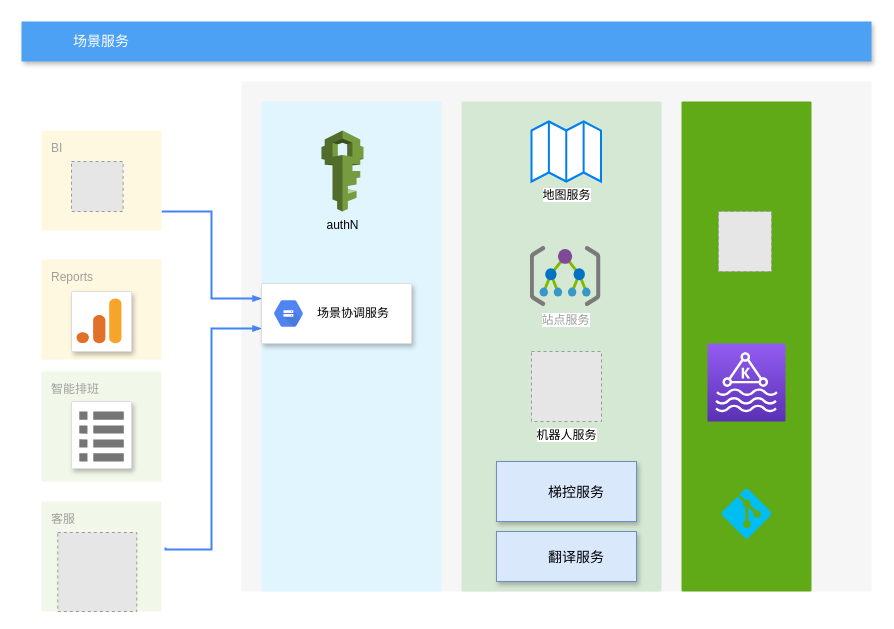
Before: craft/scene_bi.drawio in feihu618/drawio, a draw.io diagram. Source tidied: cells renumbered, new cells numbered last; positions are measured from the earlier drawing's top-left corner, leaving out a move shared by most shapes. Both pictures are drawn from the tidied source at 100%, with x=0, y=0 at pixel (21, 21). Pictures stored in the file or linked from it are replaced by grey dashed boxes.
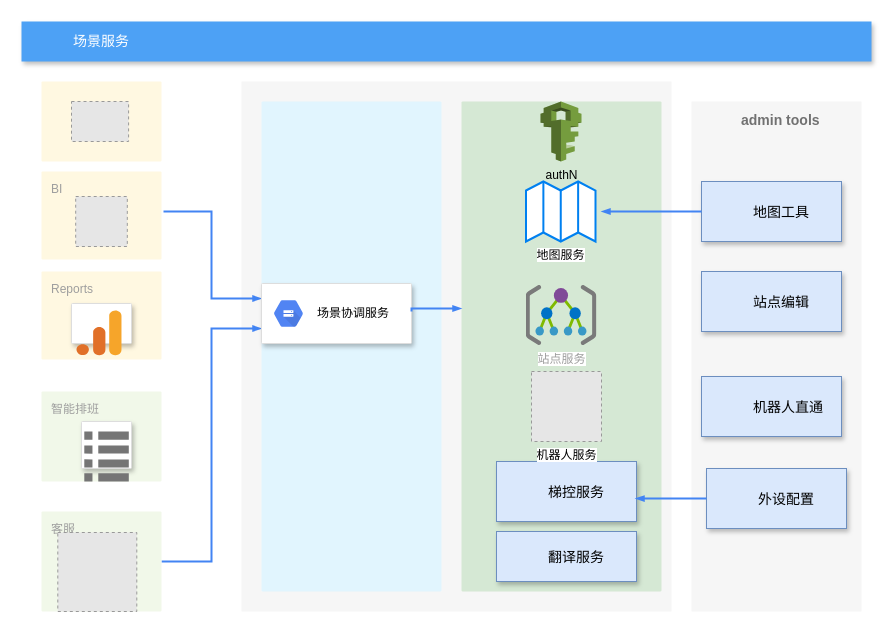
After the change.

Unchanged cells that the change refers to:
```xml
<mxCell id="14" style="strokeColor=#dddddd;fillColor=#ffffff;shadow=1;strokeWidth=1;rounded=1;absoluteArcSize=1;arcSize=2;fontSize=10;fontColor=#9E9E9E;align=center;html=1;" parent="1" vertex="1">
  <mxGeometry x="240" y="262" width="150" height="60" as="geometry" />
</mxCell>
<mxCell id="17" style="rounded=1;absoluteArcSize=1;arcSize=2;html=1;strokeColor=#82b366;shadow=0;dashed=0;strokeColor=none;fontSize=12;align=left;verticalAlign=top;spacing=10;spacingTop=-4;fillColor=#d5e8d4;" parent="1" vertex="1">
  <mxGeometry x="440" y="80" width="200" height="490" as="geometry" />
</mxCell>
<mxCell id="19" value="梯控服务" style="fillColor=#dae8fc;strokeColor=#6c8ebf;shadow=1;fontSize=14;align=left;spacingLeft=50;" parent="1" vertex="1">
  <mxGeometry x="475" y="440" width="140" height="60" as="geometry" />
</mxCell>
```

Diff of the diagram source:
```diff
@@
     <mxCell id="2" style="fillColor=#F6F6F6;strokeColor=none;shadow=0;gradientColor=none;fontSize=14;align=left;spacing=10;fontColor=#717171;9E9E9E;verticalAlign=top;spacingTop=-4;fontStyle=0;spacingLeft=40;html=1;" parent="1" vertex="1">
-      <mxGeometry x="220" y="60" width="630" height="510" as="geometry" />
+      <mxGeometry x="220" y="60" width="430" height="530" as="geometry" />
     </mxCell>
@@
-    <mxCell id="4" style="edgeStyle=orthogonalEdgeStyle;rounded=0;html=1;labelBackgroundColor=none;startFill=1;startSize=4;endArrow=blockThin;endFill=1;endSize=4;jettySize=auto;strokeColor=#4284F3;strokeWidth=2;fontSize=12;fontColor=#000000;align=center;dashed=0;entryX=0;entryY=0.25;entryDx=0;entryDy=0;" parent="1" edge="1" source="5" target="14">
+    <mxCell id="4" style="edgeStyle=orthogonalEdgeStyle;rounded=0;html=1;labelBackgroundColor=none;startFill=1;startSize=4;endArrow=blockThin;endFill=1;endSize=4;jettySize=auto;strokeColor=#4284F3;strokeWidth=2;fontSize=12;fontColor=#000000;align=center;dashed=0;entryX=0;entryY=0.25;entryDx=0;entryDy=0;" parent="1" edge="1" target="14">
       <mxGeometry relative="1" as="geometry">
+        <mxPoint x="142" y="190" as="sourcePoint" />
         <Array as="points">
+          <mxPoint x="142" y="190" />
           <mxPoint x="190" y="190" />
           <mxPoint x="190" y="277" />
         </Array>
       </mxGeometry>
     </mxCell>
     <mxCell id="5" value="BI" style="rounded=1;absoluteArcSize=1;arcSize=2;html=1;strokeColor=none;gradientColor=none;shadow=0;dashed=0;strokeColor=none;fontSize=12;fontColor=#9E9E9E;align=left;verticalAlign=top;spacing=10;spacingTop=-4;fillColor=#FFF8E1;" parent="1" vertex="1">
-      <mxGeometry x="20" y="109" width="120" height="100" as="geometry" />
+      <mxGeometry x="20" y="150" width="120" height="88" as="geometry" />
     </mxCell>
     <mxCell id="6" value="Reports" style="rounded=1;absoluteArcSize=1;arcSize=2;html=1;strokeColor=none;gradientColor=none;shadow=0;dashed=0;strokeColor=none;fontSize=12;fontColor=#9E9E9E;align=left;verticalAlign=top;spacing=10;spacingTop=-4;fillColor=#FFF8E1;" parent="1" vertex="1">
-      <mxGeometry x="20" y="238" width="120" height="100" as="geometry" />
+      <mxGeometry x="20" y="250" width="120" height="88" as="geometry" />
     </mxCell>
-    <mxCell id="7" style="edgeStyle=orthogonalEdgeStyle;rounded=0;html=1;labelBackgroundColor=none;startFill=1;startSize=4;endArrow=blockThin;endFill=1;endSize=4;jettySize=auto;strokeColor=#4284F3;strokeWidth=2;fontSize=12;fontColor=#000000;align=center;dashed=0;entryX=0;entryY=0.75;entryDx=0;entryDy=0;exitX=1.033;exitY=0.418;exitDx=0;exitDy=0;exitPerimeter=0;" parent="1" edge="1" source="28" target="14">
+    <mxCell id="7" style="edgeStyle=orthogonalEdgeStyle;rounded=0;html=1;labelBackgroundColor=none;startFill=1;startSize=4;endArrow=blockThin;endFill=1;endSize=4;jettySize=auto;strokeColor=#4284F3;strokeWidth=2;fontSize=12;fontColor=#000000;align=center;dashed=0;entryX=0;entryY=0.75;entryDx=0;entryDy=0;exitX=1;exitY=0.5;exitDx=0;exitDy=0;" parent="1" edge="1" source="28" target="14">
       <mxGeometry relative="1" as="geometry">
         <Array as="points">
-          <mxPoint x="144" y="528" />
-          <mxPoint x="190" y="528" />
+          <mxPoint x="190" y="540" />
           <mxPoint x="190" y="307" />
         </Array>
       </mxGeometry>
     </mxCell>
     <mxCell id="8" value="智能排班" style="rounded=1;absoluteArcSize=1;arcSize=2;html=1;strokeColor=none;gradientColor=none;shadow=0;dashed=0;strokeColor=none;fontSize=12;fontColor=#9E9E9E;align=left;verticalAlign=top;spacing=10;spacingTop=-4;fillColor=#F1F8E9;" parent="1" vertex="1">
-      <mxGeometry x="20" y="350" width="120" height="110" as="geometry" />
+      <mxGeometry x="20" y="370" width="120" height="90" as="geometry" />
     </mxCell>
@@
     <mxCell id="10" style="strokeColor=#dddddd;fillColor=#ffffff;shadow=1;strokeWidth=1;rounded=1;absoluteArcSize=1;arcSize=2;fontSize=10;fontColor=#9E9E9E;align=center;html=1;" parent="1" vertex="1">
-      <mxGeometry x="50" y="270" width="60" height="60" as="geometry" />
+      <mxGeometry x="50" y="282" width="60" height="40" as="geometry" />
     </mxCell>
@@
     <mxCell id="12" style="strokeColor=#dddddd;fillColor=#ffffff;shadow=1;strokeWidth=1;rounded=1;absoluteArcSize=1;arcSize=2;labelPosition=center;verticalLabelPosition=middle;align=center;verticalAlign=bottom;spacingLeft=0;fontColor=#999999;fontSize=12;whiteSpace=wrap;spacingBottom=2;html=1;" parent="1" vertex="1">
-      <mxGeometry x="50" y="380" width="60" height="67" as="geometry" />
+      <mxGeometry x="60" y="400" width="50" height="47" as="geometry" />
     </mxCell>
@@
     <mxCell id="16" style="fillColor=#E6E6E6;strokeColor=#999999;dashed=1;verticalLabelPosition=bottom;labelBackgroundColor=#ffffff;verticalAlign=top;" parent="1" vertex="1">
-      <mxGeometry x="50" y="140" width="51.6" height="50" as="geometry" />
+      <mxGeometry x="54.2" y="175" width="51.6" height="50" as="geometry" />
     </mxCell>
@@
     <mxCell id="18" value="地图服务" style="html=1;verticalLabelPosition=bottom;align=center;labelBackgroundColor=#ffffff;verticalAlign=top;strokeWidth=2;strokeColor=#0080F0;shadow=0;dashed=0;shape=mxgraph.ios7.icons.map;" parent="1" vertex="1">
-      <mxGeometry x="510" y="100" width="69.5" height="60" as="geometry" />
+      <mxGeometry x="504.5" y="160" width="69.5" height="60" as="geometry" />
     </mxCell>
@@
     <mxCell id="20" value="站点服务" style="sketch=0;html=1;align=center;image;fontSize=12;image=img/lib/mscae/Management_Groups.svg;shadow=0;dashed=0;fontFamily=Helvetica;fontColor=#9E9E9E;fillColor=#E1F5FE;" parent="1" vertex="1">
-      <mxGeometry x="508.6" y="225" width="70.9" height="60" as="geometry" />
+      <mxGeometry x="504.5" y="264" width="70.9" height="60" as="geometry" />
     </mxCell>
     <mxCell id="21" value="机器人服务" style="fillColor=#E6E6E6;strokeColor=#999999;dashed=1;html=1;verticalAlign=top;verticalLabelPosition=bottom;labelBackgroundColor=#ffffff;" parent="1" vertex="1">
-      <mxGeometry x="510" y="330" width="70" height="70" as="geometry" />
+      <mxGeometry x="510" y="350" width="70" height="70" as="geometry" />
     </mxCell>
-    <mxCell id="22" style="rounded=1;absoluteArcSize=1;arcSize=2;html=1;strokeColor=#2D7600;shadow=0;dashed=0;strokeColor=none;fontSize=12;align=left;verticalAlign=top;spacing=10;spacingTop=-4;fillColor=#60a917;fontColor=#ffffff;" parent="1" vertex="1">
-      <mxGeometry x="660" y="80" width="130" height="490" as="geometry" />
-    </mxCell>
@@
-    <mxCell id="24" style="verticalLabelPosition=bottom;html=1;verticalAlign=top;align=center;strokeColor=none;fillColor=#00BEF2;shape=mxgraph.azure.git_repository;" parent="1" vertex="1">
-      <mxGeometry x="700" y="467" width="50" height="50" as="geometry" />
-    </mxCell>
-    <mxCell id="25" style="sketch=0;fontColor=#232F3E;gradientColor=#945DF2;gradientDirection=north;fillColor=#5A30B5;strokeColor=#ffffff;dashed=0;verticalLabelPosition=bottom;verticalAlign=top;align=center;html=1;fontSize=12;fontStyle=0;shape=mxgraph.aws4.resourceIcon;resIcon=mxgraph.aws4.managed_streaming_for_kafka;" parent="1" vertex="1">
-      <mxGeometry x="686" y="322" width="78" height="78" as="geometry" />
-    </mxCell>
-    <mxCell id="26" style="fillColor=#E6E6E6;strokeColor=#999999;dashed=1;verticalLabelPosition=bottom;labelBackgroundColor=#ffffff;verticalAlign=top;" parent="1" vertex="1">
-      <mxGeometry x="697" y="190" width="53" height="60" as="geometry" />
-    </mxCell>
     <mxCell id="27" value="authN" style="dashed=0;verticalLabelPosition=bottom;verticalAlign=top;align=center;html=1;shape=mxgraph.aws3.iam;fillColor=#759C3E;gradientColor=none;" parent="1" vertex="1">
-      <mxGeometry x="300" y="109" width="42" height="81" as="geometry" />
+      <mxGeometry x="519" y="80" width="41" height="60" as="geometry" />
     </mxCell>
     <mxCell id="28" value="客服" style="rounded=1;absoluteArcSize=1;arcSize=2;html=1;strokeColor=none;gradientColor=none;shadow=0;dashed=0;strokeColor=none;fontSize=12;fontColor=#9E9E9E;align=left;verticalAlign=top;spacing=10;spacingTop=-4;fillColor=#F1F8E9;" parent="1" vertex="1">
-      <mxGeometry x="20" y="480" width="120" height="110" as="geometry" />
+      <mxGeometry x="20" y="490" width="120" height="100" as="geometry" />
     </mxCell>
@@
+    <mxCell id="30" style="rounded=1;absoluteArcSize=1;arcSize=2;html=1;strokeColor=none;gradientColor=none;shadow=0;dashed=0;strokeColor=none;fontSize=12;fontColor=#9E9E9E;align=left;verticalAlign=top;spacing=10;spacingTop=-4;fillColor=#FFF8E1;" parent="1" vertex="1">
+      <mxGeometry x="20" y="60" width="120" height="80" as="geometry" />
+    </mxCell>
+    <mxCell id="31" style="fillColor=#E6E6E6;strokeColor=#999999;dashed=1;verticalLabelPosition=bottom;labelBackgroundColor=#ffffff;verticalAlign=top;" parent="1" vertex="1">
+      <mxGeometry x="50" y="80" width="57.1" height="40" as="geometry" />
+    </mxCell>
+    <mxCell id="32" style="edgeStyle=orthogonalEdgeStyle;rounded=0;html=1;labelBackgroundColor=none;startFill=1;startSize=4;endArrow=blockThin;endFill=1;endSize=4;jettySize=auto;strokeColor=#4284F3;strokeWidth=2;fontSize=12;fontColor=#000000;align=center;dashed=0;" parent="1" edge="1" target="17">
+      <mxGeometry relative="1" as="geometry">
+        <mxPoint x="390" y="290" as="sourcePoint" />
+        <Array as="points">
+          <mxPoint x="390" y="287" />
+        </Array>
+      </mxGeometry>
+    </mxCell>
+    <mxCell id="33" value="&lt;b&gt;admin tools&lt;/b&gt;" style="fillColor=#F6F6F6;strokeColor=none;shadow=0;gradientColor=none;fontSize=14;align=left;spacing=10;fontColor=#717171;9E9E9E;verticalAlign=top;spacingTop=-4;fontStyle=0;spacingLeft=40;html=1;" parent="1" vertex="1">
+      <mxGeometry x="670" y="80" width="170" height="510" as="geometry" />
+    </mxCell>
+    <mxCell id="34" value="地图工具" style="fillColor=#dae8fc;strokeColor=#6c8ebf;shadow=1;fontSize=14;align=left;spacingLeft=50;" parent="1" vertex="1">
+      <mxGeometry x="680" y="160" width="140" height="60" as="geometry" />
+    </mxCell>
+    <mxCell id="35" value="站点编辑" style="fillColor=#dae8fc;strokeColor=#6c8ebf;shadow=1;fontSize=14;align=left;spacingLeft=50;" parent="1" vertex="1">
+      <mxGeometry x="680" y="250" width="140" height="60" as="geometry" />
+    </mxCell>
+    <mxCell id="36" value="机器人直通" style="fillColor=#dae8fc;strokeColor=#6c8ebf;shadow=1;fontSize=14;align=left;spacingLeft=50;" parent="1" vertex="1">
+      <mxGeometry x="680" y="355" width="140" height="60" as="geometry" />
+    </mxCell>
+    <mxCell id="37" value="外设配置" style="fillColor=#dae8fc;strokeColor=#6c8ebf;shadow=1;fontSize=14;align=left;spacingLeft=50;" parent="1" vertex="1">
+      <mxGeometry x="685" y="447" width="140" height="60" as="geometry" />
+    </mxCell>
+    <mxCell id="38" style="edgeStyle=orthogonalEdgeStyle;rounded=0;html=1;labelBackgroundColor=none;startFill=1;startSize=4;endArrow=blockThin;endFill=1;endSize=4;jettySize=auto;strokeColor=#4284F3;strokeWidth=2;fontSize=12;fontColor=#000000;align=center;dashed=0;exitX=0;exitY=0.5;exitDx=0;exitDy=0;" parent="1" edge="1" source="34">
+      <mxGeometry relative="1" as="geometry">
+        <mxPoint x="580" y="190" as="targetPoint" />
+        <Array as="points">
+          <mxPoint x="640" y="190" />
+          <mxPoint x="640" y="190" />
+        </Array>
+      </mxGeometry>
+    </mxCell>
+    <mxCell id="39" style="edgeStyle=orthogonalEdgeStyle;rounded=0;html=1;labelBackgroundColor=none;startFill=1;startSize=4;endArrow=blockThin;endFill=1;endSize=4;jettySize=auto;strokeColor=#4284F3;strokeWidth=2;fontSize=12;fontColor=#000000;align=center;dashed=0;exitX=0;exitY=0.5;exitDx=0;exitDy=0;entryX=0.993;entryY=0.617;entryDx=0;entryDy=0;entryPerimeter=0;" parent="1" edge="1" source="37" target="19">
+      <mxGeometry relative="1" as="geometry" />
+    </mxCell>
```
